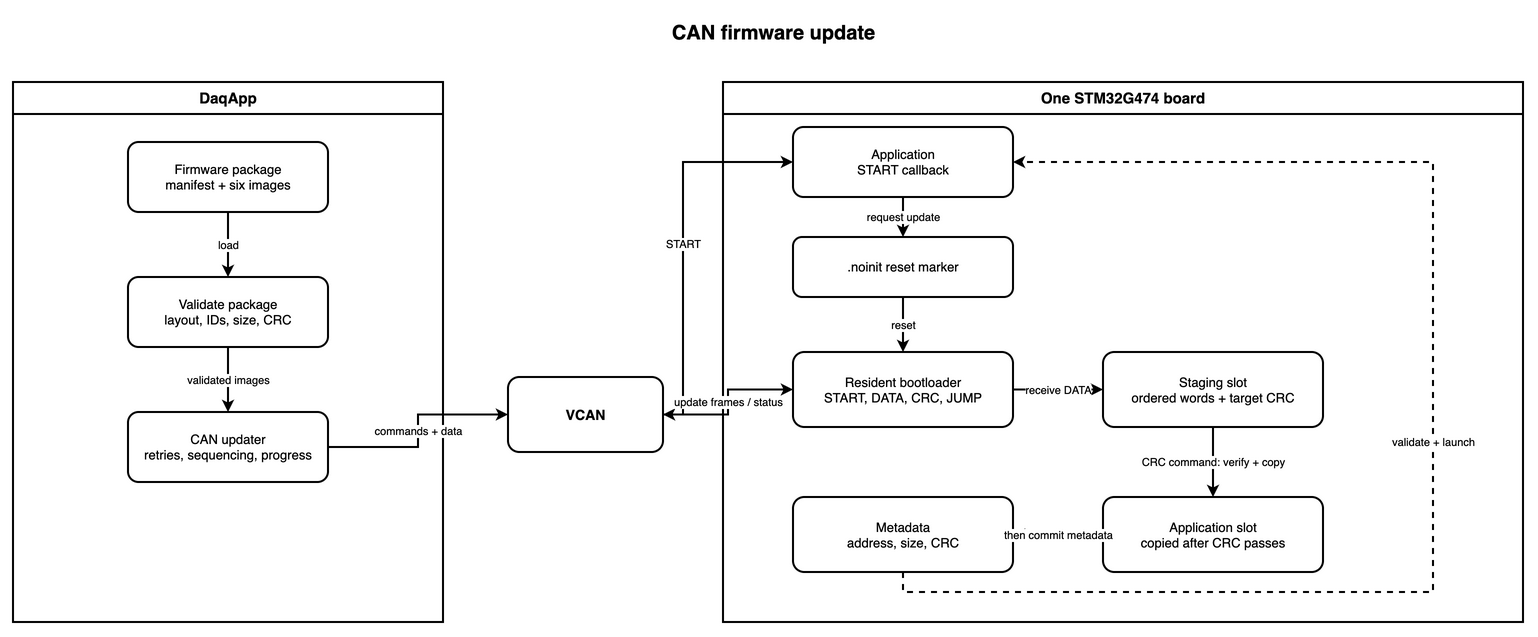
PurdueElectricRacing/monorepo keeps this draw.io diagram as firmware/source/bootloader/bootloader_architecture.drawio.png. Above is the earlier version. Source tidied: cells renumbered, new cells last; positions are measured from the earlier drawing's top-left corner, leaving out a move shared by most shapes.
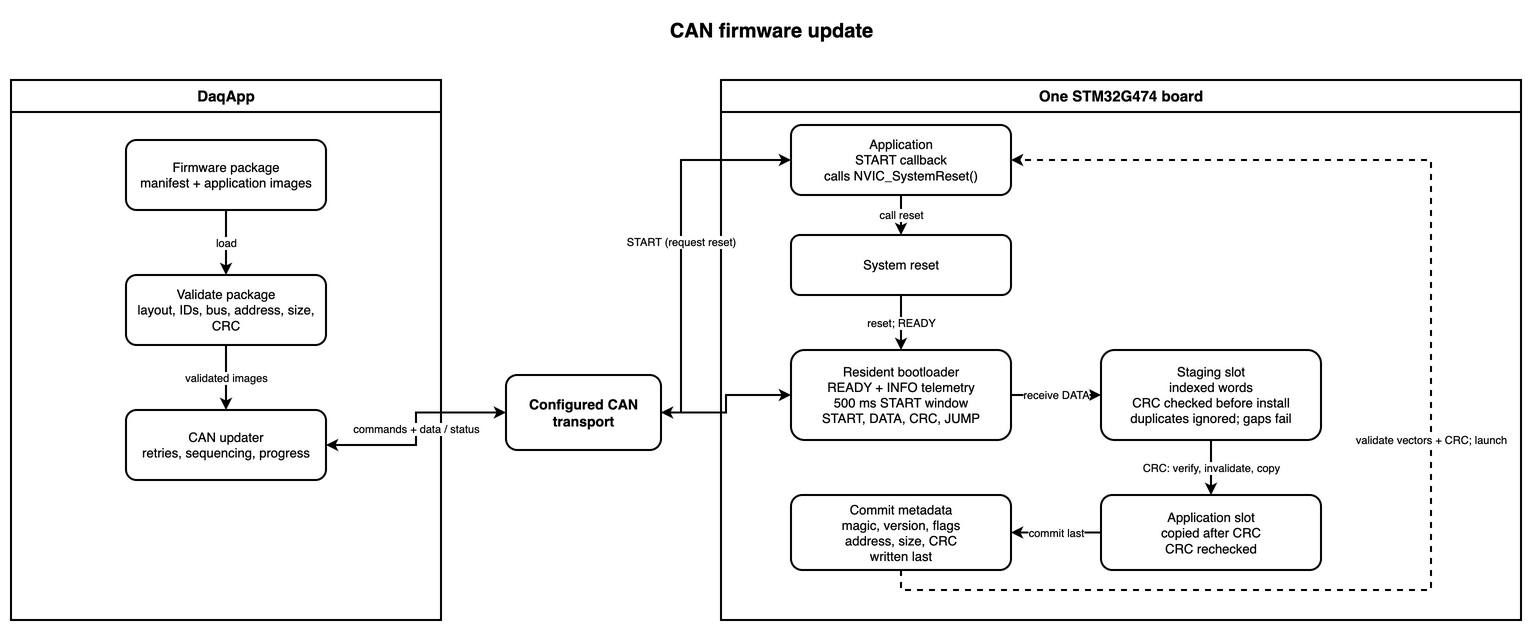
After the change.

Commit message:
Update bootloader diagrams

What changed in the source:
```diff
@@ -11,34 +11,34 @@
     <mxCell id="4" value="One STM32G474 board" style="swimlane;whiteSpace=wrap;html=1;startSize=32;fontSize=15;strokeWidth=2;" parent="1" vertex="1">
       <mxGeometry x="710" y="70" width="800" height="540" as="geometry" />
     </mxCell>
-    <mxCell id="5" value="Firmware package&lt;br&gt;manifest + six images" style="rounded=1;whiteSpace=wrap;html=1;fontSize=13;strokeWidth=2;" parent="3" vertex="1">
+    <mxCell id="5" value="Firmware package&lt;br&gt;manifest + application images" style="rounded=1;whiteSpace=wrap;html=1;fontSize=13;strokeWidth=2;" parent="3" vertex="1">
       <mxGeometry x="115" y="60" width="200" height="70" as="geometry" />
     </mxCell>
-    <mxCell id="6" value="Validate package&lt;br&gt;layout, IDs, size, CRC" style="rounded=1;whiteSpace=wrap;html=1;fontSize=13;strokeWidth=2;" parent="3" vertex="1">
+    <mxCell id="6" value="Validate package&lt;br&gt;layout, IDs, bus, address, size, CRC" style="rounded=1;whiteSpace=wrap;html=1;fontSize=13;strokeWidth=2;" parent="3" vertex="1">
       <mxGeometry x="115" y="195" width="200" height="70" as="geometry" />
     </mxCell>
     <mxCell id="7" value="CAN updater&lt;br&gt;retries, sequencing, progress" style="rounded=1;whiteSpace=wrap;html=1;fontSize=13;strokeWidth=2;" parent="3" vertex="1">
       <mxGeometry x="115" y="330" width="200" height="70" as="geometry" />
     </mxCell>
-    <mxCell id="8" value="VCAN" style="rounded=1;whiteSpace=wrap;html=1;fontSize=14;fontStyle=1;strokeWidth=2;" parent="1" vertex="1">
+    <mxCell id="8" value="Configured CAN transport" style="rounded=1;whiteSpace=wrap;html=1;fontSize=14;fontStyle=1;strokeWidth=2;" parent="1" vertex="1">
       <mxGeometry x="495" y="365" width="155" height="75" as="geometry" />
     </mxCell>
-    <mxCell id="9" value="Application&lt;br&gt;START callback" style="rounded=1;whiteSpace=wrap;html=1;fontSize=13;strokeWidth=2;" parent="4" vertex="1">
+    <mxCell id="9" value="Application&lt;br&gt;START callback&lt;br&gt;calls NVIC_SystemReset()" style="rounded=1;whiteSpace=wrap;html=1;fontSize=13;strokeWidth=2;" parent="4" vertex="1">
       <mxGeometry x="70" y="45" width="220" height="70" as="geometry" />
     </mxCell>
-    <mxCell id="10" value=".noinit reset marker" style="rounded=1;whiteSpace=wrap;html=1;fontSize=13;strokeWidth=2;" parent="4" vertex="1">
+    <mxCell id="10" value="System reset" style="rounded=1;whiteSpace=wrap;html=1;fontSize=13;strokeWidth=2;" parent="4" vertex="1">
       <mxGeometry x="70" y="155" width="220" height="60" as="geometry" />
     </mxCell>
-    <mxCell id="11" value="Resident bootloader&lt;br&gt;START, DATA, CRC, JUMP" style="rounded=1;whiteSpace=wrap;html=1;fontSize=13;strokeWidth=2;" parent="4" vertex="1">
-      <mxGeometry x="70" y="270" width="220" height="75" as="geometry" />
+    <mxCell id="11" value="Resident bootloader&lt;br&gt;READY + INFO telemetry&lt;br&gt;500 ms START window&lt;br&gt;START, DATA, CRC, JUMP" style="rounded=1;whiteSpace=wrap;html=1;fontSize=13;strokeWidth=2;" parent="4" vertex="1">
+      <mxGeometry x="70" y="270" width="220" height="90" as="geometry" />
     </mxCell>
-    <mxCell id="12" value="Staging slot&lt;br&gt;ordered words + target CRC" style="rounded=1;whiteSpace=wrap;html=1;fontSize=13;strokeWidth=2;" parent="4" vertex="1">
-      <mxGeometry x="380" y="270" width="220" height="75" as="geometry" />
+    <mxCell id="12" value="Staging slot&lt;br&gt;indexed words&lt;br&gt;CRC checked before install&lt;br&gt;duplicates ignored; gaps fail" style="rounded=1;whiteSpace=wrap;html=1;fontSize=13;strokeWidth=2;" parent="4" vertex="1">
+      <mxGeometry x="380" y="270" width="220" height="90" as="geometry" />
     </mxCell>
-    <mxCell id="13" value="Application slot&lt;br&gt;copied after CRC passes" style="rounded=1;whiteSpace=wrap;html=1;fontSize=13;strokeWidth=2;" parent="4" vertex="1">
+    <mxCell id="13" value="Application slot&lt;br&gt;copied after CRC&lt;br&gt;CRC rechecked" style="rounded=1;whiteSpace=wrap;html=1;fontSize=13;strokeWidth=2;" parent="4" vertex="1">
       <mxGeometry x="380" y="415" width="220" height="75" as="geometry" />
     </mxCell>
-    <mxCell id="14" value="Metadata&lt;br&gt;address, size, CRC" style="rounded=1;whiteSpace=wrap;html=1;fontSize=13;strokeWidth=2;" parent="4" vertex="1">
+    <mxCell id="14" value="Commit metadata&lt;br&gt;magic, version, flags&lt;br&gt;address, size, CRC&lt;br&gt;written last" style="rounded=1;whiteSpace=wrap;html=1;fontSize=13;strokeWidth=2;" parent="4" vertex="1">
       <mxGeometry x="70" y="415" width="220" height="75" as="geometry" />
     </mxCell>
     <mxCell id="15" value="load" style="edgeStyle=orthogonalEdgeStyle;rounded=0;jettySize=auto;html=1;endArrow=classic;fontSize=11;strokeWidth=2;" parent="1" edge="1" source="5" target="6">
@@ -47,35 +47,35 @@
     <mxCell id="16" value="validated images" style="edgeStyle=orthogonalEdgeStyle;rounded=0;jettySize=auto;html=1;endArrow=classic;fontSize=11;strokeWidth=2;" parent="1" edge="1" source="6" target="7">
       <mxGeometry relative="1" as="geometry" />
     </mxCell>
-    <mxCell id="17" value="commands + data" style="edgeStyle=orthogonalEdgeStyle;rounded=0;jettySize=auto;html=1;endArrow=classic;fontSize=11;strokeWidth=2;" parent="1" edge="1" source="7" target="8">
+    <mxCell id="17" value="commands + data / status" style="edgeStyle=orthogonalEdgeStyle;rounded=0;jettySize=auto;html=1;startArrow=classic;startFill=1;endArrow=classic;endFill=1;fontSize=11;strokeWidth=2;" parent="1" edge="1" source="7" target="8">
       <mxGeometry relative="1" as="geometry" />
     </mxCell>
-    <mxCell id="18" value="START" style="edgeStyle=orthogonalEdgeStyle;rounded=0;jettySize=auto;html=1;endArrow=classic;fontSize=11;strokeWidth=2;" parent="1" edge="1" source="8" target="9">
+    <mxCell id="18" value="START (request reset)" style="edgeStyle=orthogonalEdgeStyle;rounded=0;jettySize=auto;html=1;endArrow=classic;fontSize=11;strokeWidth=2;" parent="1" edge="1" source="8" target="9">
       <mxGeometry relative="1" as="geometry">
         <Array as="points">
           <mxPoint x="670" y="150" />
         </Array>
       </mxGeometry>
     </mxCell>
-    <mxCell id="19" value="request update" style="edgeStyle=orthogonalEdgeStyle;rounded=0;jettySize=auto;html=1;endArrow=classic;fontSize=11;strokeWidth=2;" parent="1" edge="1" source="9" target="10">
+    <mxCell id="19" value="call reset" style="edgeStyle=orthogonalEdgeStyle;rounded=0;jettySize=auto;html=1;endArrow=classic;fontSize=11;strokeWidth=2;" parent="1" edge="1" source="9" target="10">
       <mxGeometry relative="1" as="geometry" />
     </mxCell>
-    <mxCell id="20" value="reset" style="edgeStyle=orthogonalEdgeStyle;rounded=0;jettySize=auto;html=1;endArrow=classic;fontSize=11;strokeWidth=2;" parent="1" edge="1" source="10" target="11">
+    <mxCell id="20" value="reset; READY" style="edgeStyle=orthogonalEdgeStyle;rounded=0;jettySize=auto;html=1;endArrow=classic;fontSize=11;strokeWidth=2;" parent="1" edge="1" source="10" target="11">
       <mxGeometry relative="1" as="geometry" />
     </mxCell>
-    <mxCell id="21" value="update frames / status" style="edgeStyle=orthogonalEdgeStyle;rounded=0;jettySize=auto;html=1;startArrow=classic;startFill=1;endArrow=classic;endFill=1;fontSize=11;strokeWidth=2;" parent="1" edge="1" source="8" target="11">
+    <mxCell id="21" style="edgeStyle=orthogonalEdgeStyle;rounded=0;jettySize=auto;html=1;startArrow=classic;startFill=1;endArrow=classic;endFill=1;fontSize=11;strokeWidth=2;" parent="1" edge="1" source="8" target="11">
       <mxGeometry relative="1" as="geometry" />
     </mxCell>
     <mxCell id="22" value="receive DATA" style="edgeStyle=orthogonalEdgeStyle;rounded=0;jettySize=auto;html=1;endArrow=classic;fontSize=11;strokeWidth=2;" parent="1" edge="1" source="11" target="12">
       <mxGeometry relative="1" as="geometry" />
     </mxCell>
-    <mxCell id="23" value="CRC command: verify + copy" style="edgeStyle=orthogonalEdgeStyle;rounded=0;jettySize=auto;html=1;endArrow=classic;fontSize=11;strokeWidth=2;" parent="1" edge="1" source="12" target="13">
+    <mxCell id="23" value="CRC: verify, invalidate, copy" style="edgeStyle=orthogonalEdgeStyle;rounded=0;jettySize=auto;html=1;endArrow=classic;fontSize=11;strokeWidth=2;" parent="1" edge="1" source="12" target="13">
       <mxGeometry relative="1" as="geometry" />
     </mxCell>
-    <mxCell id="24" value="then commit metadata" style="edgeStyle=orthogonalEdgeStyle;rounded=0;jettySize=auto;html=1;endArrow=classic;fontSize=11;strokeWidth=2;" parent="1" edge="1" source="13" target="14">
+    <mxCell id="24" value="commit last" style="edgeStyle=orthogonalEdgeStyle;rounded=0;jettySize=auto;html=1;endArrow=classic;fontSize=11;strokeWidth=2;" parent="1" edge="1" source="13" target="14">
       <mxGeometry relative="1" as="geometry" />
     </mxCell>
-    <mxCell id="25" value="validate + launch" style="edgeStyle=orthogonalEdgeStyle;rounded=0;jettySize=auto;html=1;dashed=1;dashPattern=3 3;endArrow=classic;fontSize=11;strokeWidth=2;" parent="1" edge="1" source="14" target="9">
+    <mxCell id="25" value="validate vectors + CRC; launch" style="edgeStyle=orthogonalEdgeStyle;rounded=0;jettySize=auto;html=1;dashed=1;dashPattern=3 3;endArrow=classic;fontSize=11;strokeWidth=2;" parent="1" edge="1" source="14" target="9">
       <mxGeometry relative="1" as="geometry">
         <Array as="points">
           <mxPoint x="1420" y="580" />
```
